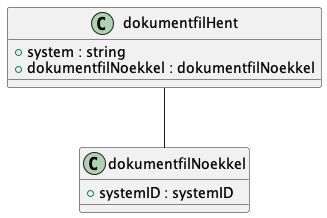
Above: Dokumentasjon/V1/SchemaModels/no/ks/fiks/arkiv/v1/innsyn/dokumentfil/hent-relations.png in ks-no/fiks-arkiv-specification (PlantUML), before the change.
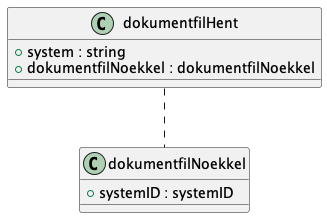
After the change.

Diff of the diagram source:
```diff
@@ -1,12 +1,6 @@
 @startuml
+!include hent.pu
 
-class dokumentfilHent {
-    +system : string
-    +dokumentfilNoekkel : dokumentfilNoekkel
-}
-dokumentfilHent -- dokumentfilNoekkel
-class dokumentfilNoekkel {
-    +systemID : systemID
-}
+dokumentfilHent .. dokumentfilNoekkel
 
 @enduml
```
